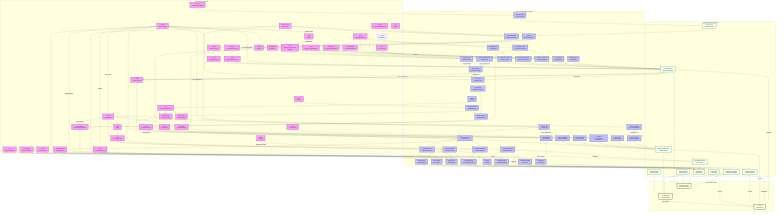
This is docs/figures/scoliosis_mechanism_map.png from sayuj1989-ops/life, a Mermaid export, as it was before one commit. Its source is kept beside it as docs/figures/scoliosis_mechanism_map.mmd.
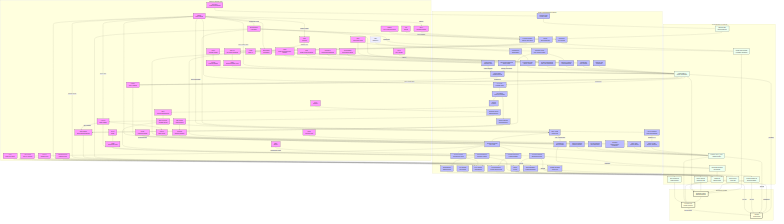
After the commit.

Commit message:
weekly-map: add PIEZO1-Cilia growth plate degeneration arc

What changed in the source:
```diff
@@ -279,6 +279,9 @@
     CAV1 --> Membrane_Tension
     Membrane_Tension --> YAP
 
+    PIEZO1 -- "Compressive Stress" --> CILIA
+    CILIA -- "Degeneration" --> Growth_Plate_Dysplasia
+
     class HOX,COL,PIEZO1,PIEZO2,CILIA,LBX1,ADGRG6,PTK7,YAP,PKD2L1,MMP,URP,UTS2R,GFAP,VIM,LAMIN,BMAL1,RUNX3,METTL3,ESR1,MELATONIN,MT2,HIF1A,POC5,DSTYK,TFEB,Beta_Catenin,DPY19L1L,IGF1R,GHR,SOST,FBN1,CCN,PPARGC1A,KCNQ,GPX4,CAV1 gene;
     class Region,ECM_Assembly,Mech_Trans,Sym_Break,Neur_Diff,Muscle_Diff,Disc_Maint,PCP_Sig,Nucl_Shuttle,CSF_Sensing,Degradation,Astrogliosis,mtROS,Adipogenesis,Hydraulic_Congestion,Immune_Infilt,Circadian_Entrain,Proprio_Maint,H3K9me3,VCL_Stasis,Glymphatic_Stasis,Vestibular_Input,Gi_cAMP,Ciliary_Tuning,Hypoxia,Osteogenesis,Ciliary_Splint,Vacuole_Biogenesis,C_Mannosylation,Rapid_Growth,Energy_Deficit,mtBiogenesis,Fibrosis,TGFB,Osteocyte_Dendrite,Actin_Dynamics,VEGF_A,Ferroptosis,Membrane_Tension process;
     class Rest_Kappa,Stiffness,Torsional_Stiffness,Gain,Torsion,Muscle_Tone,Anisotropy,TMD,Reissner_Fiber,Growth_Plate_Dysplasia tissue;
```
